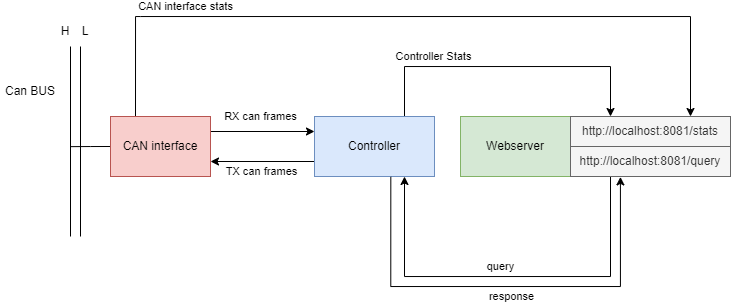
Above: arch.drawio.png in lucasdietrich/poc-rust-arch (draw.io), before the change. Source tidied: cells renumbered, new cells last; positions are measured from the earlier drawing's top-left corner, leaving out a move shared by most shapes. The source it was exported from:
```xml
<mxGraphModel>
  <root>
    <mxCell id="0" />
    <mxCell id="1" parent="0" />
    <mxCell id="2" style="edgeStyle=orthogonalEdgeStyle;rounded=0;jettySize=auto;html=1;exitX=0;exitY=0.5;exitDx=0;exitDy=0;endArrow=none;endFill=0;" parent="1" edge="1" source="6">
      <mxGeometry relative="1" as="geometry">
        <mxPoint x="70" y="130.1" as="targetPoint" />
      </mxGeometry>
    </mxCell>
    <mxCell id="3" style="edgeStyle=orthogonalEdgeStyle;rounded=0;jettySize=auto;html=1;exitX=0.25;exitY=0;exitDx=0;exitDy=0;entryX=0.75;entryY=0;entryDx=0;entryDy=0;startArrow=none;startFill=0;endArrow=classic;endFill=1;" parent="1" edge="1" source="6" target="18">
      <mxGeometry relative="1" as="geometry">
        <Array as="points">
          <mxPoint x="140" />
          <mxPoint x="680" />
        </Array>
      </mxGeometry>
    </mxCell>
    <mxCell id="4" value="CAN interface stats" style="edgeLabel;html=1;align=center;verticalAlign=middle;" parent="3" vertex="1">
      <mxGeometry x="-0.11" y="2" relative="1" as="geometry">
        <mxPoint x="-186" y="-8" as="offset" />
      </mxGeometry>
    </mxCell>
    <mxCell id="5" value="RX can frames" style="edgeStyle=orthogonalEdgeStyle;rounded=0;jettySize=auto;html=1;exitX=1;exitY=0.25;exitDx=0;exitDy=0;entryX=0;entryY=0.25;entryDx=0;entryDy=0;startArrow=none;startFill=0;endArrow=classic;endFill=1;" parent="1" edge="1" source="6" target="16">
      <mxGeometry x="-0.05" y="15" relative="1" as="geometry" />
    </mxCell>
    <mxCell id="6" value="CAN interface" style="rounded=0;whiteSpace=wrap;html=1;fillColor=#f8cecc;strokeColor=#b85450;" parent="1" vertex="1">
      <mxGeometry x="110" y="100" width="100" height="60" as="geometry" />
    </mxCell>
    <mxCell id="7" style="endArrow=none;html=1;rounded=0;endFill=0;" parent="1" edge="1">
      <mxGeometry relative="1" as="geometry">
        <mxPoint x="80" y="220" as="sourcePoint" />
        <mxPoint x="80" y="30" as="targetPoint" />
      </mxGeometry>
    </mxCell>
    <mxCell id="8" style="endArrow=none;html=1;rounded=0;endFill=0;" parent="1" edge="1">
      <mxGeometry relative="1" as="geometry">
        <mxPoint x="70" y="220" as="sourcePoint" />
        <mxPoint x="70" y="30" as="targetPoint" />
      </mxGeometry>
    </mxCell>
    <mxCell id="9" value="Can BUS" style="text;html=1;strokeColor=none;fillColor=none;align=center;verticalAlign=middle;whiteSpace=wrap;rounded=0;" parent="1" vertex="1">
      <mxGeometry y="60" width="60" height="30" as="geometry" />
    </mxCell>
    <mxCell id="10" value="H" style="text;html=1;strokeColor=none;fillColor=none;align=center;verticalAlign=middle;whiteSpace=wrap;rounded=0;" parent="1" vertex="1">
      <mxGeometry x="50" width="30" height="30" as="geometry" />
    </mxCell>
    <mxCell id="11" value="L" style="text;html=1;strokeColor=none;fillColor=none;align=center;verticalAlign=middle;whiteSpace=wrap;rounded=0;" parent="1" vertex="1">
      <mxGeometry x="70" width="30" height="30" as="geometry" />
    </mxCell>
    <mxCell id="12" style="edgeStyle=orthogonalEdgeStyle;rounded=0;jettySize=auto;html=1;exitX=0.75;exitY=0;exitDx=0;exitDy=0;entryX=0.25;entryY=0;entryDx=0;entryDy=0;startArrow=none;startFill=0;endArrow=classic;endFill=1;" parent="1" edge="1" source="16" target="18">
      <mxGeometry x="0.03" y="30" relative="1" as="geometry">
        <Array as="points">
          <mxPoint x="404" y="50" />
          <mxPoint x="610" y="50" />
        </Array>
      </mxGeometry>
    </mxCell>
    <mxCell id="13" value="Controller Stats" style="edgeLabel;html=1;align=center;verticalAlign=middle;" parent="12" vertex="1">
      <mxGeometry x="-0.01" y="1" relative="1" as="geometry">
        <mxPoint x="-72" y="-9" as="offset" />
      </mxGeometry>
    </mxCell>
    <mxCell id="14" style="edgeStyle=orthogonalEdgeStyle;rounded=0;jettySize=auto;html=1;exitX=0;exitY=0.75;exitDx=0;exitDy=0;entryX=1;entryY=0.75;entryDx=0;entryDy=0;startArrow=none;startFill=0;endArrow=classic;endFill=1;" parent="1" edge="1" source="16" target="6">
      <mxGeometry relative="1" as="geometry" />
    </mxCell>
    <mxCell id="15" value="TX can frames" style="edgeLabel;html=1;align=center;verticalAlign=middle;" parent="14" vertex="1">
      <mxGeometry x="0.26" y="-1" relative="1" as="geometry">
        <mxPoint x="12" y="11" as="offset" />
      </mxGeometry>
    </mxCell>
    <mxCell id="16" value="Controller" style="rounded=0;whiteSpace=wrap;html=1;fillColor=#dae8fc;strokeColor=#6c8ebf;" parent="1" vertex="1">
      <mxGeometry x="314" y="100" width="120" height="60" as="geometry" />
    </mxCell>
    <mxCell id="17" value="Webserver" style="rounded=0;whiteSpace=wrap;html=1;fillColor=#d5e8d4;strokeColor=#82b366;" parent="1" vertex="1">
      <mxGeometry x="460" y="100" width="110" height="60" as="geometry" />
    </mxCell>
    <mxCell id="18" value="http://localhost:8081/stats" style="rounded=0;whiteSpace=wrap;html=1;fillColor=#f5f5f5;strokeColor=#666666;fontColor=#333333;" parent="1" vertex="1">
      <mxGeometry x="570" y="100" width="160" height="30" as="geometry" />
    </mxCell>
    <mxCell id="19" style="edgeStyle=orthogonalEdgeStyle;rounded=0;jettySize=auto;html=1;exitX=0.25;exitY=1;exitDx=0;exitDy=0;entryX=0.75;entryY=1;entryDx=0;entryDy=0;startArrow=none;startFill=0;endArrow=classic;endFill=1;" parent="1" edge="1" source="21" target="16">
      <mxGeometry relative="1" as="geometry">
        <Array as="points">
          <mxPoint x="610" y="260" />
          <mxPoint x="404" y="260" />
        </Array>
      </mxGeometry>
    </mxCell>
    <mxCell id="20" value="query" style="edgeLabel;html=1;align=center;verticalAlign=middle;" parent="19" vertex="1">
      <mxGeometry x="0.12" relative="1" as="geometry">
        <mxPoint x="16" y="-10" as="offset" />
      </mxGeometry>
    </mxCell>
    <mxCell id="21" value="http://localhost:8081/query" style="rounded=0;whiteSpace=wrap;html=1;fillColor=#f5f5f5;strokeColor=#666666;fontColor=#333333;" parent="1" vertex="1">
      <mxGeometry x="570" y="130" width="160" height="30" as="geometry" />
    </mxCell>
    <mxCell id="22" style="edgeStyle=orthogonalEdgeStyle;rounded=0;jettySize=auto;html=1;exitX=0.312;exitY=1.013;exitDx=0;exitDy=0;entryX=0.636;entryY=1.006;entryDx=0;entryDy=0;startArrow=classic;startFill=1;endArrow=none;endFill=0;entryPerimeter=0;exitPerimeter=0;" parent="1" edge="1" source="21" target="16">
      <mxGeometry relative="1" as="geometry">
        <Array as="points">
          <mxPoint x="620" y="270" />
          <mxPoint x="390" y="270" />
        </Array>
      </mxGeometry>
    </mxCell>
    <mxCell id="23" value="response" style="edgeLabel;html=1;align=center;verticalAlign=middle;" parent="22" vertex="1">
      <mxGeometry x="0.12" relative="1" as="geometry">
        <mxPoint x="31" y="10" as="offset" />
      </mxGeometry>
    </mxCell>
  </root>
</mxGraphModel>
```
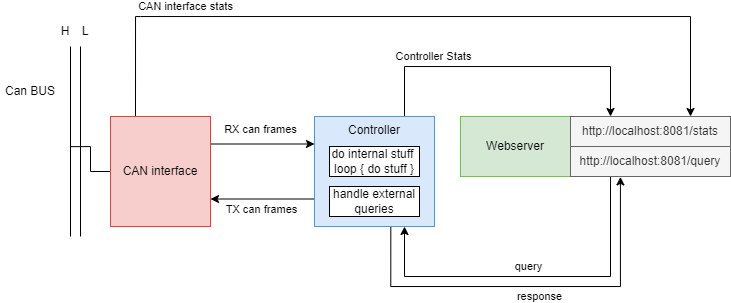
The same diagram one commit later.

Change to the diagram source:
```diff
@@ -24,7 +24,7 @@
       <mxGeometry x="-0.05" y="15" relative="1" as="geometry" />
     </mxCell>
     <mxCell id="6" value="CAN interface" style="rounded=0;whiteSpace=wrap;html=1;fillColor=#f8cecc;strokeColor=#b85450;" parent="1" vertex="1">
-      <mxGeometry x="110" y="100" width="100" height="60" as="geometry" />
+      <mxGeometry x="110" y="100" width="100" height="110" as="geometry" />
     </mxCell>
     <mxCell id="7" style="endArrow=none;html=1;rounded=0;endFill=0;" parent="1" edge="1">
       <mxGeometry relative="1" as="geometry">
@@ -68,8 +68,8 @@
         <mxPoint x="12" y="11" as="offset" />
       </mxGeometry>
     </mxCell>
-    <mxCell id="16" value="Controller" style="rounded=0;whiteSpace=wrap;html=1;fillColor=#dae8fc;strokeColor=#6c8ebf;" parent="1" vertex="1">
-      <mxGeometry x="314" y="100" width="120" height="60" as="geometry" />
+    <mxCell id="16" value="Controller" style="rounded=0;whiteSpace=wrap;html=1;fillColor=#dae8fc;strokeColor=#6c8ebf;verticalAlign=top;" parent="1" vertex="1">
+      <mxGeometry x="314" y="100" width="120" height="110" as="geometry" />
     </mxCell>
     <mxCell id="17" value="Webserver" style="rounded=0;whiteSpace=wrap;html=1;fillColor=#d5e8d4;strokeColor=#82b366;" parent="1" vertex="1">
       <mxGeometry x="460" y="100" width="110" height="60" as="geometry" />
@@ -106,5 +106,11 @@
         <mxPoint x="31" y="10" as="offset" />
       </mxGeometry>
     </mxCell>
+    <mxCell id="24" value="do internal stuff&amp;nbsp;&lt;br&gt;loop { do stuff }" style="rounded=0;whiteSpace=wrap;html=1;" parent="1" vertex="1">
+      <mxGeometry x="329" y="130" width="90" height="30" as="geometry" />
+    </mxCell>
+    <mxCell id="25" value="handle external queries" style="rounded=0;whiteSpace=wrap;html=1;" parent="1" vertex="1">
+      <mxGeometry x="329" y="170" width="90" height="30" as="geometry" />
+    </mxCell>
   </root>
 </mxGraphModel>
```
